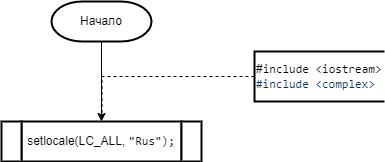
Before: 2 Семестр/Labs/7.1 Лаба/Лаба 7.1.png, a diagram exported from draw.io (IlyaFedoseev227/LABS-PNRPU-IVT-22-1b). Source tidied: cells renumbered, new cells last; positions are measured from the earlier drawing's top-left corner, leaving out a move shared by most shapes.
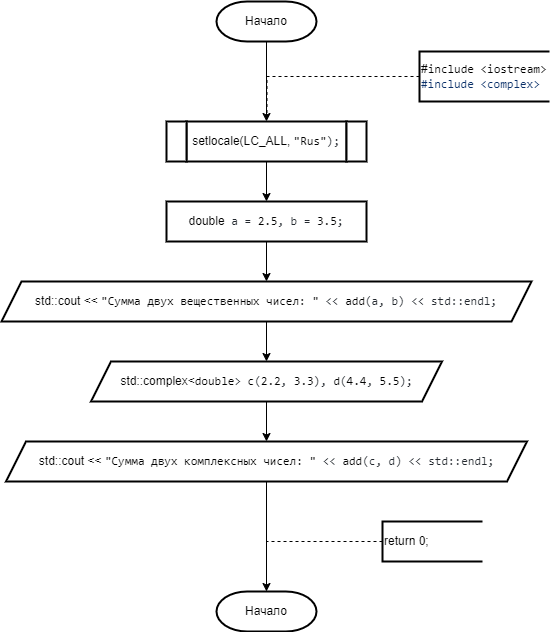
Above is the later version.

What changed in the source:
```diff
@@ -19,6 +19,9 @@
     <mxCell id="5" value="#&lt;span style=&quot;box-sizing: border-box; color: var(--color-prettylights-syntax-keyword); font-family: ui-monospace, SFMono-Regular, &amp;quot;SF Mono&amp;quot;, Menlo, Consolas, &amp;quot;Liberation Mono&amp;quot;, monospace; background-color: rgb(255, 255, 255);&quot; class=&quot;pl-k&quot;&gt;include&lt;/span&gt;&lt;span style=&quot;color: rgb(36, 41, 47); font-family: ui-monospace, SFMono-Regular, &amp;quot;SF Mono&amp;quot;, Menlo, Consolas, &amp;quot;Liberation Mono&amp;quot;, monospace; background-color: rgb(255, 255, 255);&quot;&gt; &lt;/span&gt;&lt;span style=&quot;box-sizing: border-box; color: var(--color-prettylights-syntax-string); font-family: ui-monospace, SFMono-Regular, &amp;quot;SF Mono&amp;quot;, Menlo, Consolas, &amp;quot;Liberation Mono&amp;quot;, monospace; background-color: rgb(255, 255, 255);&quot; class=&quot;pl-s&quot;&gt;&lt;span style=&quot;box-sizing: border-box; color: var(--color-prettylights-syntax-string);&quot; class=&quot;pl-pds&quot;&gt;&amp;lt;&lt;/span&gt;iostream&lt;span style=&quot;box-sizing: border-box; color: var(--color-prettylights-syntax-string);&quot; class=&quot;pl-pds&quot;&gt;&amp;gt;&lt;/span&gt;&lt;/span&gt;&lt;br&gt;&lt;span style=&quot;box-sizing: border-box; color: rgb(10, 48, 105); font-family: ui-monospace, SFMono-Regular, &amp;quot;SF Mono&amp;quot;, Menlo, Consolas, &amp;quot;Liberation Mono&amp;quot;, monospace; background-color: rgb(255, 255, 255);&quot; class=&quot;pl-pds&quot;&gt;#&lt;span style=&quot;box-sizing: border-box; color: var(--color-prettylights-syntax-keyword);&quot; class=&quot;pl-k&quot;&gt;include&lt;/span&gt;&lt;span style=&quot;color: rgb(36, 41, 47);&quot;&gt; &lt;/span&gt;&lt;span style=&quot;box-sizing: border-box; color: var(--color-prettylights-syntax-string);&quot; class=&quot;pl-s&quot;&gt;&lt;span style=&quot;box-sizing: border-box; color: var(--color-prettylights-syntax-string);&quot; class=&quot;pl-pds&quot;&gt;&amp;lt;&lt;/span&gt;complex&lt;span style=&quot;box-sizing: border-box; color: var(--color-prettylights-syntax-string);&quot; class=&quot;pl-pds&quot;&gt;&amp;gt;&lt;/span&gt;&lt;/span&gt;&lt;/span&gt;" style="strokeWidth=2;html=1;shape=mxgraph.flowchart.annotation_1;align=left;" parent="1" vertex="1">
       <mxGeometry x="253" y="50" width="130" height="50" as="geometry" />
     </mxCell>
+    <mxCell id="9" style="edgeStyle=orthogonalEdgeStyle;rounded=0;jettySize=auto;html=1;exitX=0.5;exitY=1;exitDx=0;exitDy=0;" parent="1" edge="1" source="6" target="11">
+      <mxGeometry relative="1" as="geometry" />
+    </mxCell>
     <mxCell id="6" value="&lt;div style=&quot;text-align: start;&quot;&gt;setlocale(LC_ALL,&amp;nbsp;&lt;span style=&quot;border-color: var(--border-color); color: var(--color-prettylights-syntax-string); box-sizing: border-box; font-family: ui-monospace, SFMono-Regular, &amp;quot;SF Mono&amp;quot;, Menlo, Consolas, &amp;quot;Liberation Mono&amp;quot;, monospace; background-color: rgb(255, 255, 255);&quot; class=&quot;pl-s&quot;&gt;&lt;span style=&quot;border-color: var(--border-color); box-sizing: border-box; color: var(--color-prettylights-syntax-string);&quot; class=&quot;pl-pds&quot;&gt;&quot;&lt;/span&gt;Rus&lt;span style=&quot;border-color: var(--border-color); box-sizing: border-box; color: var(--color-prettylights-syntax-string);&quot; class=&quot;pl-pds&quot;&gt;&quot;&lt;/span&gt;&lt;/span&gt;&lt;span style=&quot;border-color: var(--border-color); color: rgb(36, 41, 47); font-family: ui-monospace, SFMono-Regular, &amp;quot;SF Mono&amp;quot;, Menlo, Consolas, &amp;quot;Liberation Mono&amp;quot;, monospace; background-color: rgb(255, 255, 255);&quot;&gt;);&lt;/span&gt;&lt;br&gt;&lt;/div&gt;" style="shape=parallelogram;perimeter=parallelogramPerimeter;whiteSpace=wrap;html=1;fixedSize=1;strokeWidth=2;size=-6;" parent="1" vertex="1">
       <mxGeometry x="20" y="120" width="160" height="40" as="geometry" />
     </mxCell>
@@ -28,5 +31,42 @@
     <mxCell id="8" value="&lt;div style=&quot;text-align: start;&quot;&gt;&lt;br&gt;&lt;/div&gt;" style="shape=parallelogram;perimeter=parallelogramPerimeter;whiteSpace=wrap;html=1;fixedSize=1;strokeWidth=2;size=-6;" parent="1" vertex="1">
       <mxGeometry y="120" width="20" height="40" as="geometry" />
     </mxCell>
+    <mxCell id="10" style="edgeStyle=orthogonalEdgeStyle;rounded=0;jettySize=auto;html=1;exitX=0.5;exitY=1;exitDx=0;exitDy=0;entryX=0.5;entryY=0;entryDx=0;entryDy=0;" parent="1" edge="1" source="11" target="13">
+      <mxGeometry relative="1" as="geometry" />
+    </mxCell>
+    <mxCell id="11" value="&lt;div style=&quot;text-align: start;&quot;&gt;double&lt;span style=&quot;color: rgb(36, 41, 47); font-family: ui-monospace, SFMono-Regular, &amp;quot;SF Mono&amp;quot;, Menlo, Consolas, &amp;quot;Liberation Mono&amp;quot;, monospace; background-color: rgb(255, 255, 255);&quot;&gt; a = &lt;/span&gt;&lt;span style=&quot;box-sizing: border-box; color: var(--color-prettylights-syntax-constant); font-family: ui-monospace, SFMono-Regular, &amp;quot;SF Mono&amp;quot;, Menlo, Consolas, &amp;quot;Liberation Mono&amp;quot;, monospace; background-color: rgb(255, 255, 255);&quot; class=&quot;pl-c1&quot;&gt;2.5&lt;/span&gt;&lt;span style=&quot;color: rgb(36, 41, 47); font-family: ui-monospace, SFMono-Regular, &amp;quot;SF Mono&amp;quot;, Menlo, Consolas, &amp;quot;Liberation Mono&amp;quot;, monospace; background-color: rgb(255, 255, 255);&quot;&gt;, b = &lt;/span&gt;&lt;span style=&quot;box-sizing: border-box; color: var(--color-prettylights-syntax-constant); font-family: ui-monospace, SFMono-Regular, &amp;quot;SF Mono&amp;quot;, Menlo, Consolas, &amp;quot;Liberation Mono&amp;quot;, monospace; background-color: rgb(255, 255, 255);&quot; class=&quot;pl-c1&quot;&gt;3.5&lt;/span&gt;&lt;span style=&quot;color: rgb(36, 41, 47); font-family: ui-monospace, SFMono-Regular, &amp;quot;SF Mono&amp;quot;, Menlo, Consolas, &amp;quot;Liberation Mono&amp;quot;, monospace; background-color: rgb(255, 255, 255);&quot;&gt;;&lt;/span&gt;&lt;br&gt;&lt;/div&gt;" style="shape=parallelogram;perimeter=parallelogramPerimeter;whiteSpace=wrap;html=1;fixedSize=1;strokeWidth=2;size=-6;" parent="1" vertex="1">
+      <mxGeometry y="200" width="200" height="40" as="geometry" />
+    </mxCell>
+    <mxCell id="12" style="edgeStyle=orthogonalEdgeStyle;rounded=0;jettySize=auto;html=1;exitX=0.5;exitY=1;exitDx=0;exitDy=0;" parent="1" edge="1" source="13" target="15">
+      <mxGeometry relative="1" as="geometry" />
+    </mxCell>
+    <mxCell id="13" value="&lt;div style=&quot;text-align: start;&quot;&gt;std::cout &amp;lt;&amp;lt; &lt;span style=&quot;box-sizing: border-box; color: var(--color-prettylights-syntax-string); font-family: ui-monospace, SFMono-Regular, &amp;quot;SF Mono&amp;quot;, Menlo, Consolas, &amp;quot;Liberation Mono&amp;quot;, monospace; background-color: rgb(255, 255, 255);&quot; class=&quot;pl-s&quot;&gt;&lt;span style=&quot;box-sizing: border-box; color: var(--color-prettylights-syntax-string);&quot; class=&quot;pl-pds&quot;&gt;&quot;&lt;/span&gt;Сумма двух вещественных чисел: &lt;span style=&quot;box-sizing: border-box; color: var(--color-prettylights-syntax-string);&quot; class=&quot;pl-pds&quot;&gt;&quot;&lt;/span&gt;&lt;/span&gt;&lt;span style=&quot;color: rgb(36, 41, 47); font-family: ui-monospace, SFMono-Regular, &amp;quot;SF Mono&amp;quot;, Menlo, Consolas, &amp;quot;Liberation Mono&amp;quot;, monospace; background-color: rgb(255, 255, 255);&quot;&gt; &amp;lt;&amp;lt; &lt;/span&gt;&lt;span style=&quot;box-sizing: border-box; color: var(--color-prettylights-syntax-constant); font-family: ui-monospace, SFMono-Regular, &amp;quot;SF Mono&amp;quot;, Menlo, Consolas, &amp;quot;Liberation Mono&amp;quot;, monospace; background-color: rgb(255, 255, 255);&quot; class=&quot;pl-c1&quot;&gt;add&lt;/span&gt;&lt;span style=&quot;color: rgb(36, 41, 47); font-family: ui-monospace, SFMono-Regular, &amp;quot;SF Mono&amp;quot;, Menlo, Consolas, &amp;quot;Liberation Mono&amp;quot;, monospace; background-color: rgb(255, 255, 255);&quot;&gt;(a, b) &amp;lt;&amp;lt; std::endl;&lt;/span&gt;&lt;br&gt;&lt;/div&gt;" style="shape=parallelogram;perimeter=parallelogramPerimeter;whiteSpace=wrap;html=1;fixedSize=1;strokeWidth=2;size=20;" parent="1" vertex="1">
+      <mxGeometry x="-165" y="280" width="530" height="40" as="geometry" />
+    </mxCell>
+    <mxCell id="14" style="edgeStyle=orthogonalEdgeStyle;rounded=0;jettySize=auto;html=1;exitX=0.5;exitY=1;exitDx=0;exitDy=0;" parent="1" edge="1" source="15" target="17">
+      <mxGeometry relative="1" as="geometry" />
+    </mxCell>
+    <mxCell id="15" value="&lt;div style=&quot;text-align: start;&quot;&gt;std::complex&amp;lt;&lt;span style=&quot;box-sizing: border-box; color: var(--color-prettylights-syntax-keyword); font-family: ui-monospace, SFMono-Regular, &amp;quot;SF Mono&amp;quot;, Menlo, Consolas, &amp;quot;Liberation Mono&amp;quot;, monospace; background-color: rgb(255, 255, 255);&quot; class=&quot;pl-k&quot;&gt;double&lt;/span&gt;&lt;span style=&quot;color: rgb(36, 41, 47); font-family: ui-monospace, SFMono-Regular, &amp;quot;SF Mono&amp;quot;, Menlo, Consolas, &amp;quot;Liberation Mono&amp;quot;, monospace; background-color: rgb(255, 255, 255);&quot;&gt;&amp;gt; &lt;/span&gt;&lt;span style=&quot;box-sizing: border-box; color: var(--color-prettylights-syntax-constant); font-family: ui-monospace, SFMono-Regular, &amp;quot;SF Mono&amp;quot;, Menlo, Consolas, &amp;quot;Liberation Mono&amp;quot;, monospace; background-color: rgb(255, 255, 255);&quot; class=&quot;pl-c1&quot;&gt;c&lt;/span&gt;&lt;span style=&quot;color: rgb(36, 41, 47); font-family: ui-monospace, SFMono-Regular, &amp;quot;SF Mono&amp;quot;, Menlo, Consolas, &amp;quot;Liberation Mono&amp;quot;, monospace; background-color: rgb(255, 255, 255);&quot;&gt;(&lt;/span&gt;&lt;span style=&quot;box-sizing: border-box; color: var(--color-prettylights-syntax-constant); font-family: ui-monospace, SFMono-Regular, &amp;quot;SF Mono&amp;quot;, Menlo, Consolas, &amp;quot;Liberation Mono&amp;quot;, monospace; background-color: rgb(255, 255, 255);&quot; class=&quot;pl-c1&quot;&gt;2.2&lt;/span&gt;&lt;span style=&quot;color: rgb(36, 41, 47); font-family: ui-monospace, SFMono-Regular, &amp;quot;SF Mono&amp;quot;, Menlo, Consolas, &amp;quot;Liberation Mono&amp;quot;, monospace; background-color: rgb(255, 255, 255);&quot;&gt;, &lt;/span&gt;&lt;span style=&quot;box-sizing: border-box; color: var(--color-prettylights-syntax-constant); font-family: ui-monospace, SFMono-Regular, &amp;quot;SF Mono&amp;quot;, Menlo, Consolas, &amp;quot;Liberation Mono&amp;quot;, monospace; background-color: rgb(255, 255, 255);&quot; class=&quot;pl-c1&quot;&gt;3.3&lt;/span&gt;&lt;span style=&quot;color: rgb(36, 41, 47); font-family: ui-monospace, SFMono-Regular, &amp;quot;SF Mono&amp;quot;, Menlo, Consolas, &amp;quot;Liberation Mono&amp;quot;, monospace; background-color: rgb(255, 255, 255);&quot;&gt;), &lt;/span&gt;&lt;span style=&quot;box-sizing: border-box; color: var(--color-prettylights-syntax-constant); font-family: ui-monospace, SFMono-Regular, &amp;quot;SF Mono&amp;quot;, Menlo, Consolas, &amp;quot;Liberation Mono&amp;quot;, monospace; background-color: rgb(255, 255, 255);&quot; class=&quot;pl-c1&quot;&gt;d&lt;/span&gt;&lt;span style=&quot;color: rgb(36, 41, 47); font-family: ui-monospace, SFMono-Regular, &amp;quot;SF Mono&amp;quot;, Menlo, Consolas, &amp;quot;Liberation Mono&amp;quot;, monospace; background-color: rgb(255, 255, 255);&quot;&gt;(&lt;/span&gt;&lt;span style=&quot;box-sizing: border-box; color: var(--color-prettylights-syntax-constant); font-family: ui-monospace, SFMono-Regular, &amp;quot;SF Mono&amp;quot;, Menlo, Consolas, &amp;quot;Liberation Mono&amp;quot;, monospace; background-color: rgb(255, 255, 255);&quot; class=&quot;pl-c1&quot;&gt;4.4&lt;/span&gt;&lt;span style=&quot;color: rgb(36, 41, 47); font-family: ui-monospace, SFMono-Regular, &amp;quot;SF Mono&amp;quot;, Menlo, Consolas, &amp;quot;Liberation Mono&amp;quot;, monospace; background-color: rgb(255, 255, 255);&quot;&gt;, &lt;/span&gt;&lt;span style=&quot;box-sizing: border-box; color: var(--color-prettylights-syntax-constant); font-family: ui-monospace, SFMono-Regular, &amp;quot;SF Mono&amp;quot;, Menlo, Consolas, &amp;quot;Liberation Mono&amp;quot;, monospace; background-color: rgb(255, 255, 255);&quot; class=&quot;pl-c1&quot;&gt;5.5&lt;/span&gt;&lt;span style=&quot;color: rgb(36, 41, 47); font-family: ui-monospace, SFMono-Regular, &amp;quot;SF Mono&amp;quot;, Menlo, Consolas, &amp;quot;Liberation Mono&amp;quot;, monospace; background-color: rgb(255, 255, 255);&quot;&gt;);&lt;/span&gt;&lt;br&gt;&lt;/div&gt;" style="shape=parallelogram;perimeter=parallelogramPerimeter;whiteSpace=wrap;html=1;fixedSize=1;strokeWidth=2;size=20;" parent="1" vertex="1">
+      <mxGeometry x="-75.5" y="360" width="351" height="40" as="geometry" />
+    </mxCell>
+    <mxCell id="16" style="edgeStyle=orthogonalEdgeStyle;rounded=0;jettySize=auto;html=1;exitX=0.5;exitY=1;exitDx=0;exitDy=0;entryX=0.5;entryY=0;entryDx=0;entryDy=0;entryPerimeter=0;" parent="1" edge="1" source="17" target="18">
+      <mxGeometry relative="1" as="geometry" />
+    </mxCell>
+    <mxCell id="17" value="&lt;div style=&quot;text-align: start;&quot;&gt;std::cout &amp;lt;&amp;lt; &lt;span style=&quot;box-sizing: border-box; color: var(--color-prettylights-syntax-string); font-family: ui-monospace, SFMono-Regular, &amp;quot;SF Mono&amp;quot;, Menlo, Consolas, &amp;quot;Liberation Mono&amp;quot;, monospace; background-color: rgb(255, 255, 255);&quot; class=&quot;pl-s&quot;&gt;&lt;span style=&quot;box-sizing: border-box; color: var(--color-prettylights-syntax-string);&quot; class=&quot;pl-pds&quot;&gt;&quot;&lt;/span&gt;Сумма двух комплексных чисел: &lt;span style=&quot;box-sizing: border-box; color: var(--color-prettylights-syntax-string);&quot; class=&quot;pl-pds&quot;&gt;&quot;&lt;/span&gt;&lt;/span&gt;&lt;span style=&quot;color: rgb(36, 41, 47); font-family: ui-monospace, SFMono-Regular, &amp;quot;SF Mono&amp;quot;, Menlo, Consolas, &amp;quot;Liberation Mono&amp;quot;, monospace; background-color: rgb(255, 255, 255);&quot;&gt; &amp;lt;&amp;lt; &lt;/span&gt;&lt;span style=&quot;box-sizing: border-box; color: var(--color-prettylights-syntax-constant); font-family: ui-monospace, SFMono-Regular, &amp;quot;SF Mono&amp;quot;, Menlo, Consolas, &amp;quot;Liberation Mono&amp;quot;, monospace; background-color: rgb(255, 255, 255);&quot; class=&quot;pl-c1&quot;&gt;add&lt;/span&gt;&lt;span style=&quot;color: rgb(36, 41, 47); font-family: ui-monospace, SFMono-Regular, &amp;quot;SF Mono&amp;quot;, Menlo, Consolas, &amp;quot;Liberation Mono&amp;quot;, monospace; background-color: rgb(255, 255, 255);&quot;&gt;(c, d) &amp;lt;&amp;lt; std::endl;&lt;/span&gt;&lt;br&gt;&lt;/div&gt;" style="shape=parallelogram;perimeter=parallelogramPerimeter;whiteSpace=wrap;html=1;fixedSize=1;strokeWidth=2;size=20;" parent="1" vertex="1">
+      <mxGeometry x="-160.5" y="440" width="521" height="40" as="geometry" />
+    </mxCell>
+    <mxCell id="18" value="Начало" style="strokeWidth=2;html=1;shape=mxgraph.flowchart.terminator;whiteSpace=wrap;" parent="1" vertex="1">
+      <mxGeometry x="50" y="590" width="100" height="40" as="geometry" />
+    </mxCell>
+    <mxCell id="19" value="return 0;" style="strokeWidth=2;html=1;shape=mxgraph.flowchart.annotation_1;align=left;" parent="1" vertex="1">
+      <mxGeometry x="216" y="520" width="100" height="40" as="geometry" />
+    </mxCell>
+    <mxCell id="20" style="edgeStyle=orthogonalEdgeStyle;rounded=0;jettySize=auto;html=1;exitX=0;exitY=0.5;exitDx=0;exitDy=0;exitPerimeter=0;entryX=0.5;entryY=0;entryDx=0;entryDy=0;strokeWidth=1;endArrow=none;endFill=0;dashed=1;entryPerimeter=0;" parent="1" edge="1" source="19" target="18">
+      <mxGeometry relative="1" as="geometry">
+        <Array as="points">
+          <mxPoint x="100" y="540" />
+        </Array>
+      </mxGeometry>
+    </mxCell>
   </root>
 </mxGraphModel>
```
